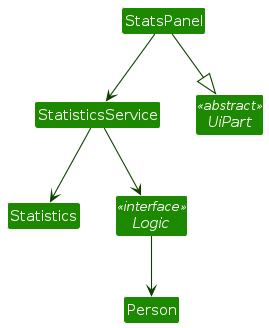
This is diagrams/StatsPanelClassDiagram.png from emperorgaodi/tp, a PlantUML export, as it was before one commit. Its source is kept beside it as diagrams/StatsPanelClassDiagram.puml.
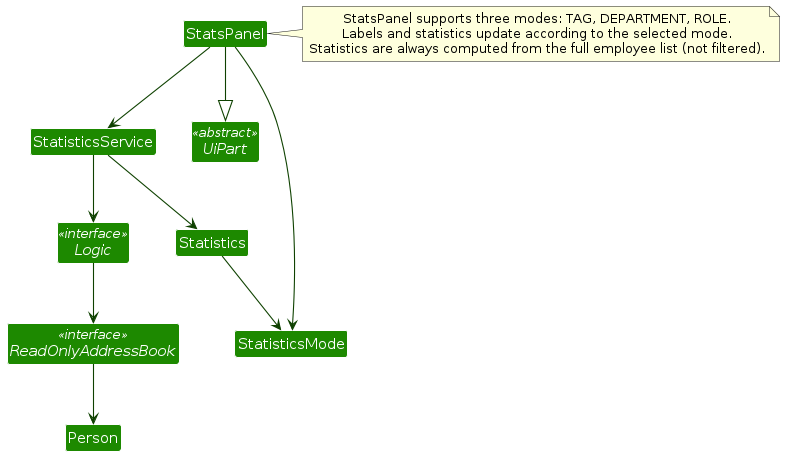
After the change.

What changed in the source:
```diff
@@ -6,13 +6,15 @@
 
 class StatsPanel {
     - totalEmployeesLabel: Label
-    - uniqueTagsLabel: Label
-    - mostCommonTagLabel: Label
-    - employeesWithTagsLabel: Label
-    - employeesWithoutTagsLabel: Label
-    - tagDistributionLabel: Label
+    - uniqueMetricLabel: Label
+    - mostCommonMetricLabel: Label
+    - employeesWithMetricLabel: Label
+    - employeesWithoutMetricLabel: Label
+    - distributionLabel: Label
     - statisticsService: StatisticsService
+    - currentMode: StatisticsMode
     + StatsPanel(Logic)
+    + setStatisticsMode(StatisticsMode)
     - refresh()
     - updateUi(Statistics)
 }
@@ -24,35 +26,47 @@
 }
 
 class Statistics {
+    - statisticsMode: StatisticsMode
     - totalEmployees: int
-    - uniqueTagCount: int
-    - mostCommonTag: String
-    - employeesWithTags: int
-    - employeesWithoutTags: int
-    - tagDistribution: String
-    + Statistics(List<Person>)
+    - uniqueValueCount: int
+    - mostCommonValue: String
+    - employeesWithValue: int
+    - employeesWithoutValue: int
+    - valueDistribution: String
+    + Statistics(List<Person>, StatisticsMode)
     + getTotalEmployees(): int
-    + getUniqueTagCount(): int
-    + getMostCommonTag(): String
-    + getEmployeesWithTags(): int
-    + getEmployeesWithoutTags(): int
-    + getTagDistribution(): String
-    - findMostCommonTag(Map): String
-    - createTagDistribution(Map): String
+    + getUniqueValueCount(): int
+    + getMostCommonValue(): String
+    + getEmployeesWithValue(): int
+    + getEmployeesWithoutValue(): int
+    + getValueDistribution(): String
 }
 
 interface Logic <<interface>> {
+    + getAddressBook(): ReadOnlyAddressBook
     + getFilteredPersonList(): ObservableList<Person>
+}
+interface ReadOnlyAddressBook <<interface>> {
+    + getPersonList(): ObservableList<Person>
 }
 
 interface UiPart <<abstract>> {
     # getRoot(): Region
 }
 
+
 StatsPanel --|> UiPart
 StatsPanel --> StatisticsService
+StatsPanel --> StatisticsMode
 StatisticsService --> Logic
 StatisticsService --> Statistics
-Logic --> Person
+Statistics --> StatisticsMode
+Logic --> ReadOnlyAddressBook
+ReadOnlyAddressBook --> Person
+note right of StatsPanel
+StatsPanel supports three modes: TAG, DEPARTMENT, ROLE.
+Labels and statistics update according to the selected mode.
+Statistics are always computed from the full employee list (not filtered).
+end note
 
 @enduml
```
